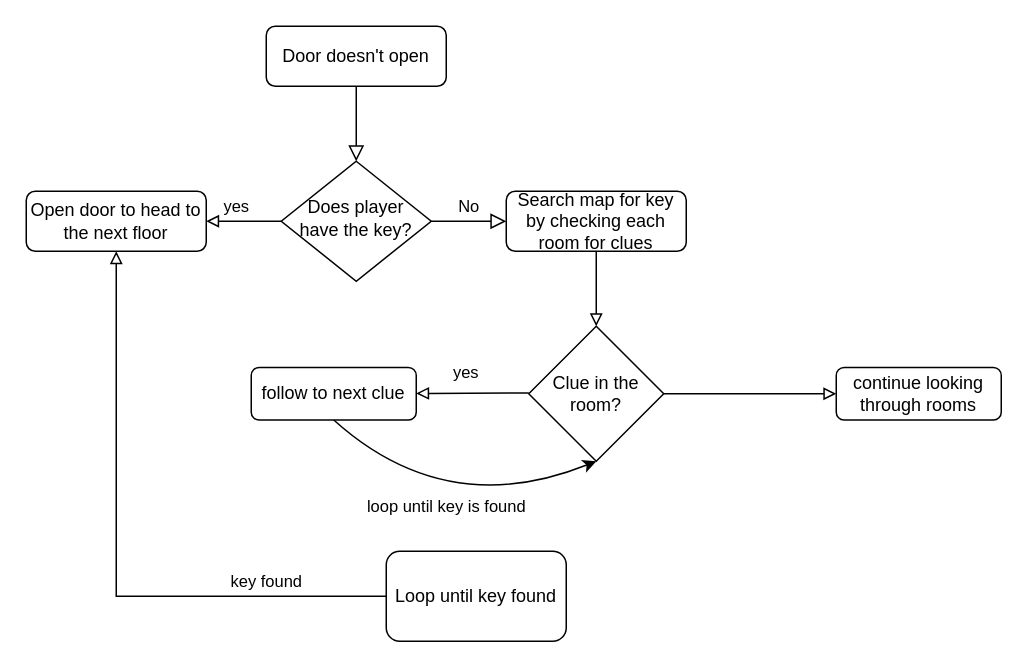
Above: FloorDoorDiagram.drawio in Pepsui/Code-AI (draw.io), before the change. Source tidied: cells renumbered, new cells numbered last; positions are measured from the earlier drawing's top-left corner, leaving out a move shared by most shapes. Both pictures are drawn from the tidied source at 150%, with x=0, y=0 at pixel (26, 26).
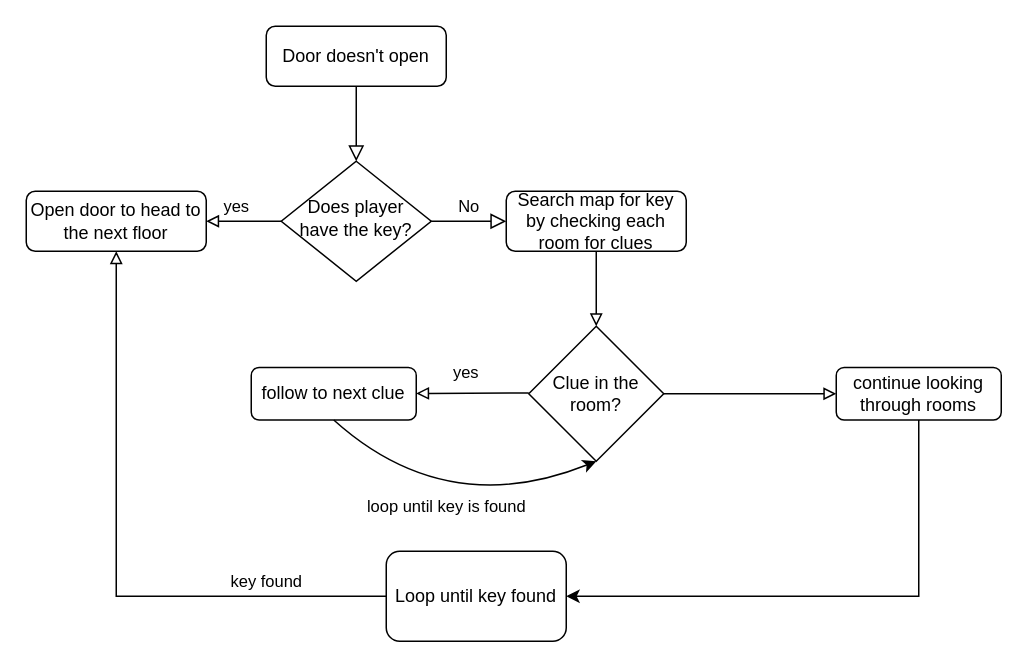
After the change.

Unchanged cells that the change refers to:
```xml
<mxCell id="13" value="continue looking through rooms" style="rounded=1;whiteSpace=wrap;html=1;" parent="1" vertex="1">
  <mxGeometry x="540" y="227.5" width="110" height="35" as="geometry" />
</mxCell>
<mxCell id="14" value="Loop until key found" style="rounded=1;whiteSpace=wrap;html=1;" parent="1" vertex="1">
  <mxGeometry x="240" y="350" width="120" height="60" as="geometry" />
</mxCell>
```

The edit, as a diff of the source:
```diff
@@
+    <mxCell id="18" style="edgeStyle=orthogonalEdgeStyle;rounded=0;jettySize=auto;html=1;exitX=0.5;exitY=1;exitDx=0;exitDy=0;entryX=1;entryY=0.5;entryDx=0;entryDy=0;" parent="1" edge="1" source="13" target="14">
+      <mxGeometry relative="1" as="geometry" />
+    </mxCell>
```
